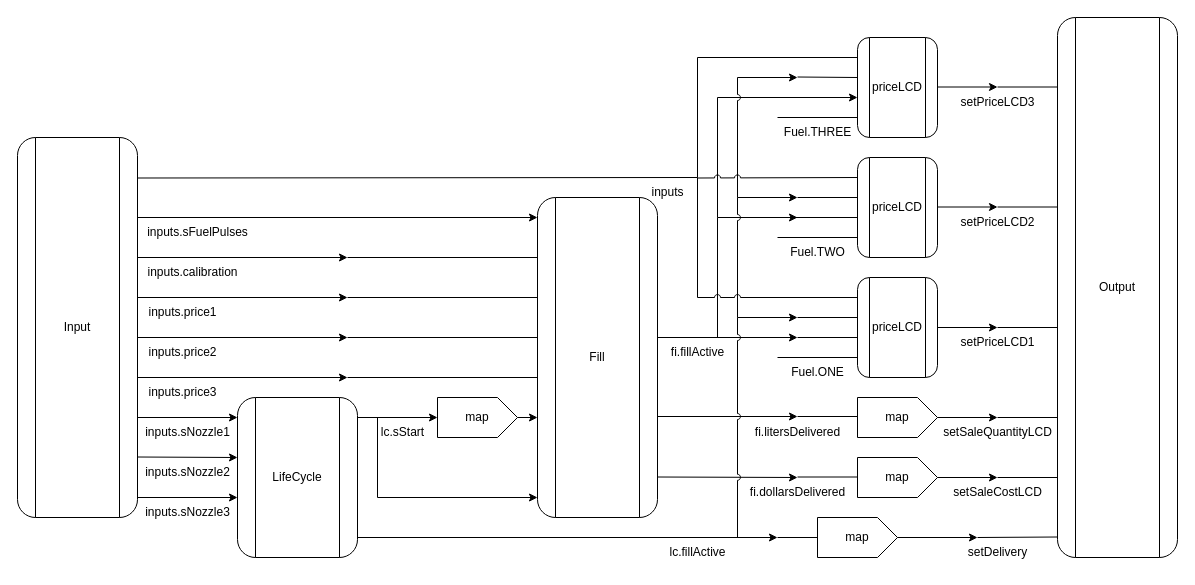
Earlier version of the draw.io diagram page "ShowDollarsPump" (1 of 2) of ShowDollarsPump.drawio (suzuki-taro-29/FRP-chap4-diagrams). Source tidied: cells renumbered, new cells numbered last; positions are measured from the earlier drawing's top-left corner, leaving out a move shared by most shapes. Both pictures are drawn from the tidied source at 100%, with x=0, y=0 at pixel (17, 17).
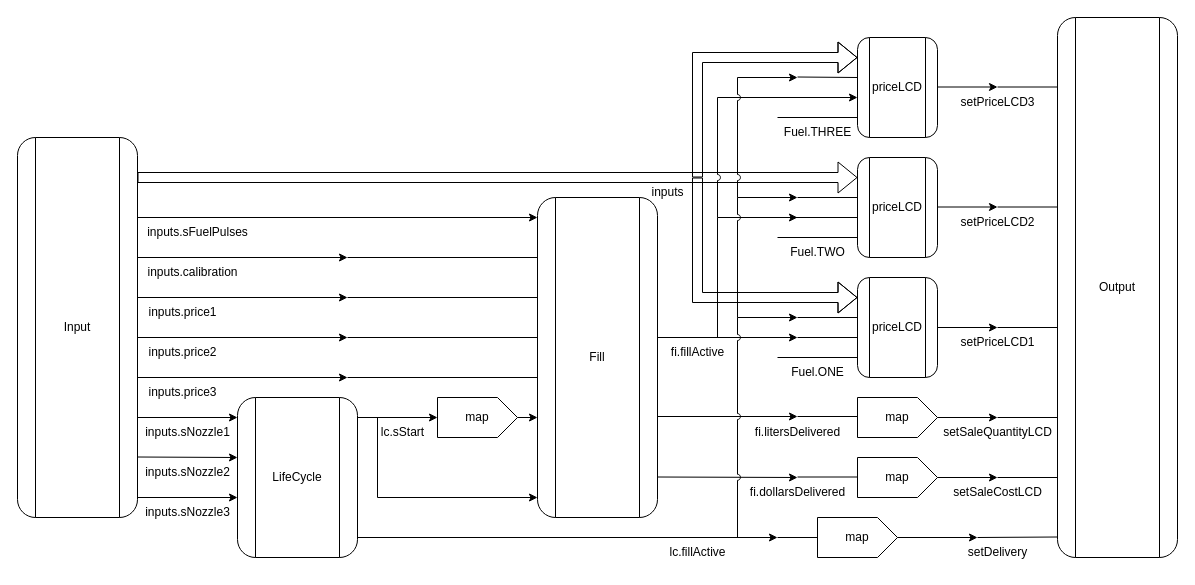
The same page after the edit.

Commit message:
fix: use bold arrow to pass Input

Diff of the diagram source:
```diff
@@
+    <mxCell id="86" style="shape=flexArrow;endArrow=classic;html=1;" parent="1" edge="1">
+      <mxGeometry relative="1" as="geometry">
+        <mxPoint x="120" y="160" as="sourcePoint" />
+        <mxPoint x="840" y="160" as="targetPoint" />
+      </mxGeometry>
+    </mxCell>
@@
-    <mxCell id="82" style="endArrow=none;html=1;rounded=0;jumpStyle=arc;" parent="1" edge="1">
-      <mxGeometry relative="1" as="geometry">
-        <mxPoint x="120" y="160.5" as="sourcePoint" />
-        <mxPoint x="840" y="280" as="targetPoint" />
-        <Array as="points">
-          <mxPoint x="680" y="160" />
-          <mxPoint x="680" y="280" />
-        </Array>
-      </mxGeometry>
-    </mxCell>
-    <mxCell id="83" style="endArrow=none;html=1;rounded=0;jumpStyle=arc;" parent="1" edge="1">
-      <mxGeometry relative="1" as="geometry">
-        <mxPoint x="680" y="160.5" as="sourcePoint" />
-        <mxPoint x="840" y="160" as="targetPoint" />
-      </mxGeometry>
-    </mxCell>
-    <mxCell id="84" style="endArrow=none;html=1;rounded=0;jumpStyle=arc;" parent="1" edge="1">
-      <mxGeometry relative="1" as="geometry">
-        <mxPoint x="680" y="160" as="sourcePoint" />
-        <mxPoint x="840" y="40" as="targetPoint" />
-        <Array as="points">
-          <mxPoint x="680" y="40" />
-        </Array>
-      </mxGeometry>
-    </mxCell>
@@
+    <mxCell id="87" style="shape=flexArrow;endArrow=classic;html=1;rounded=0;" parent="1" edge="1">
+      <mxGeometry relative="1" as="geometry">
+        <mxPoint x="680" y="160" as="sourcePoint" />
+        <mxPoint x="840" y="40" as="targetPoint" />
+        <Array as="points">
+          <mxPoint x="680" y="40" />
+        </Array>
+      </mxGeometry>
+    </mxCell>
+    <mxCell id="88" style="shape=flexArrow;endArrow=classic;html=1;rounded=0;" parent="1" edge="1">
+      <mxGeometry relative="1" as="geometry">
+        <mxPoint x="680" y="160" as="sourcePoint" />
+        <mxPoint x="840" y="280" as="targetPoint" />
+        <Array as="points">
+          <mxPoint x="680" y="280" />
+        </Array>
+      </mxGeometry>
+    </mxCell>
```
